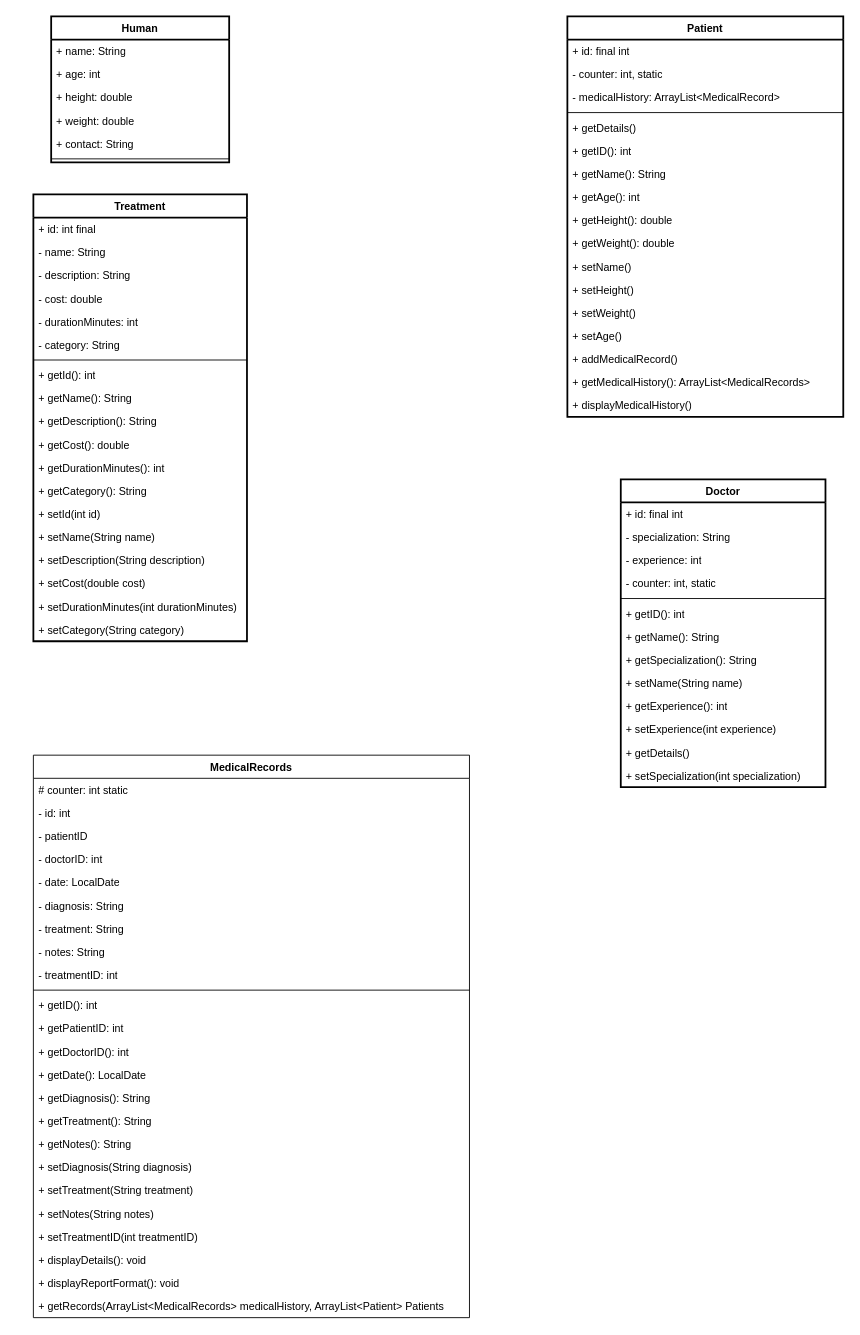
Earlier version of the draw.io diagram UMLDiagram.drawio (abobymotaki/uncharted). Source tidied: cells renumbered, new cells numbered last; positions are measured from the earlier drawing's top-left corner, leaving out a move shared by most shapes. Both pictures are drawn from the tidied source at 89%, with x=0, y=0 at pixel (33, 16).
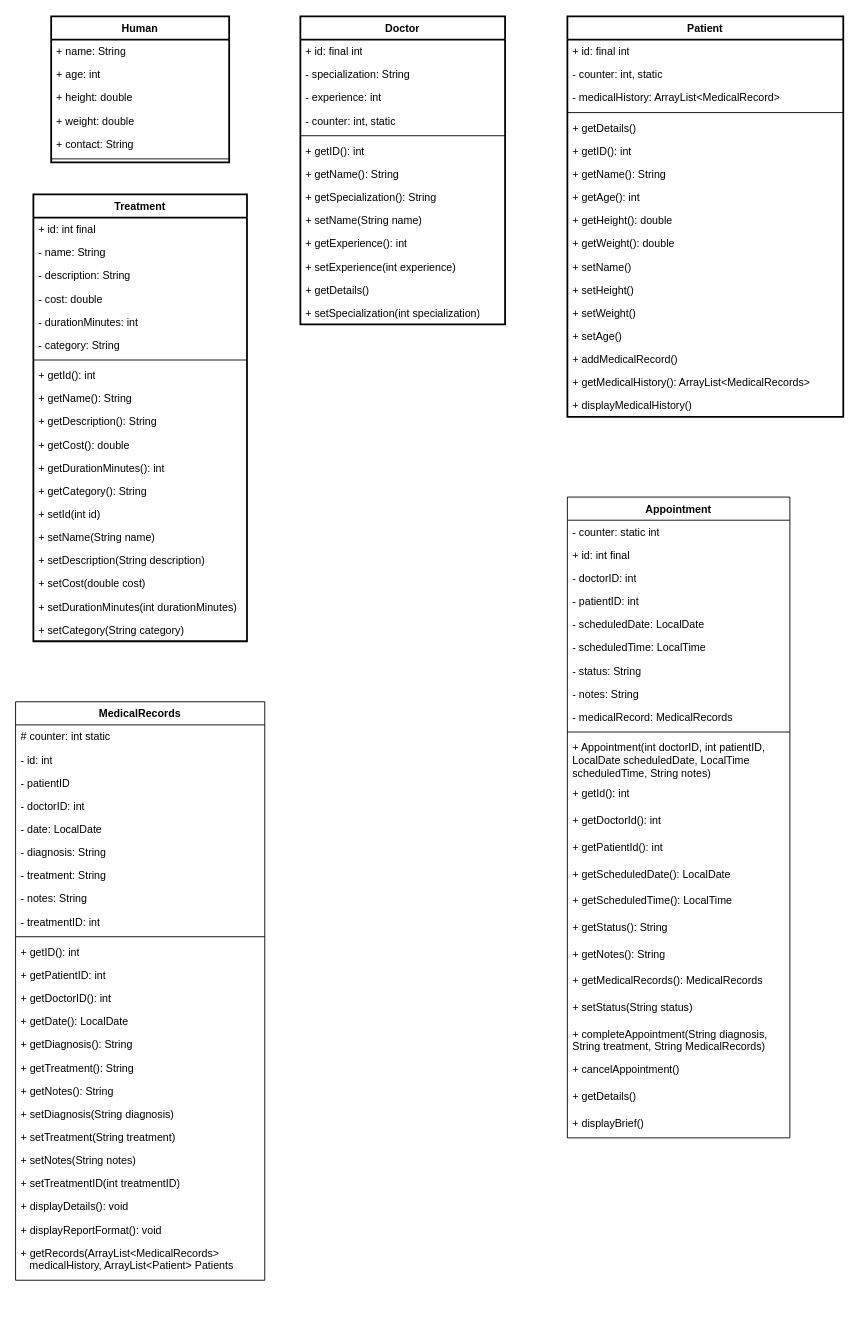
After the change.

The edit, as a diff of the source:
```diff
@@
     <mxCell id="47" value="Doctor" style="swimlane;fontStyle=1;align=center;verticalAlign=top;horizontal=1;startSize=26;whiteSpace=wrap;html=1;strokeWidth=2;" parent="1" vertex="1">
-      <mxGeometry x="660" y="520" width="230" height="346" as="geometry" />
+      <mxGeometry x="300" width="230" height="346" as="geometry" />
     </mxCell>
@@
     <mxCell id="61" value="MedicalRecords" style="swimlane;fontStyle=1;align=center;verticalAlign=top;horizontal=1;startSize=26;whiteSpace=wrap;html=1;" parent="1" vertex="1">
-      <mxGeometry y="830" width="490" height="632" as="geometry" />
+      <mxGeometry x="-20" y="770" width="280" height="650" as="geometry" />
     </mxCell>
     <mxCell id="62" value="# counter: int static" style="text;strokeColor=none;fillColor=none;align=left;verticalAlign=top;spacingLeft=4;spacingRight=4;overflow=hidden;whiteSpace=wrap;html=1;" parent="61" vertex="1">
-      <mxGeometry y="26" width="490" height="26" as="geometry" />
+      <mxGeometry y="26" width="280" height="26" as="geometry" />
     </mxCell>
     <mxCell id="63" value="- id: int" style="text;strokeColor=none;fillColor=none;align=left;verticalAlign=top;spacingLeft=4;spacingRight=4;overflow=hidden;whiteSpace=wrap;html=1;" parent="61" vertex="1">
-      <mxGeometry y="52" width="490" height="26" as="geometry" />
+      <mxGeometry y="52" width="280" height="26" as="geometry" />
     </mxCell>
     <mxCell id="64" value="- patientID" style="text;strokeColor=none;fillColor=none;align=left;verticalAlign=top;spacingLeft=4;spacingRight=4;overflow=hidden;whiteSpace=wrap;html=1;" parent="61" vertex="1">
-      <mxGeometry y="78" width="490" height="26" as="geometry" />
+      <mxGeometry y="78" width="280" height="26" as="geometry" />
     </mxCell>
     <mxCell id="65" value="- doctorID: int" style="text;strokeColor=none;fillColor=none;align=left;verticalAlign=top;spacingLeft=4;spacingRight=4;overflow=hidden;whiteSpace=wrap;html=1;" parent="61" vertex="1">
-      <mxGeometry y="104" width="490" height="26" as="geometry" />
+      <mxGeometry y="104" width="280" height="26" as="geometry" />
     </mxCell>
     <mxCell id="66" value="- date: LocalDate" style="text;strokeColor=none;fillColor=none;align=left;verticalAlign=top;spacingLeft=4;spacingRight=4;overflow=hidden;whiteSpace=wrap;html=1;" parent="61" vertex="1">
-      <mxGeometry y="130" width="490" height="26" as="geometry" />
+      <mxGeometry y="130" width="280" height="26" as="geometry" />
     </mxCell>
     <mxCell id="67" value="- diagnosis: String" style="text;strokeColor=none;fillColor=none;align=left;verticalAlign=top;spacingLeft=4;spacingRight=4;overflow=hidden;whiteSpace=wrap;html=1;" parent="61" vertex="1">
-      <mxGeometry y="156" width="490" height="26" as="geometry" />
+      <mxGeometry y="156" width="280" height="26" as="geometry" />
     </mxCell>
     <mxCell id="68" value="- treatment: String" style="text;strokeColor=none;fillColor=none;align=left;verticalAlign=top;spacingLeft=4;spacingRight=4;overflow=hidden;whiteSpace=wrap;html=1;" parent="61" vertex="1">
-      <mxGeometry y="182" width="490" height="26" as="geometry" />
+      <mxGeometry y="182" width="280" height="26" as="geometry" />
     </mxCell>
     <mxCell id="69" value="- notes: String" style="text;strokeColor=none;fillColor=none;align=left;verticalAlign=top;spacingLeft=4;spacingRight=4;overflow=hidden;whiteSpace=wrap;html=1;" parent="61" vertex="1">
-      <mxGeometry y="208" width="490" height="26" as="geometry" />
+      <mxGeometry y="208" width="280" height="26" as="geometry" />
     </mxCell>
     <mxCell id="70" value="- treatmentID: int" style="text;strokeColor=none;fillColor=none;align=left;verticalAlign=top;spacingLeft=4;spacingRight=4;overflow=hidden;whiteSpace=wrap;html=1;" parent="61" vertex="1">
-      <mxGeometry y="234" width="490" height="26" as="geometry" />
+      <mxGeometry y="234" width="280" height="26" as="geometry" />
     </mxCell>
     <mxCell id="71" style="line;strokeWidth=1;fillColor=none;align=left;verticalAlign=middle;spacingTop=-1;spacingLeft=3;spacingRight=3;labelPosition=right;strokeColor=inherit;" parent="61" vertex="1">
-      <mxGeometry y="260" width="490" height="8" as="geometry" />
+      <mxGeometry y="260" width="280" height="8" as="geometry" />
     </mxCell>
     <mxCell id="72" value="+ getID(): int" style="text;strokeColor=none;fillColor=none;align=left;verticalAlign=top;spacingLeft=4;spacingRight=4;overflow=hidden;whiteSpace=wrap;html=1;" parent="61" vertex="1">
-      <mxGeometry y="268" width="490" height="26" as="geometry" />
+      <mxGeometry y="268" width="280" height="26" as="geometry" />
     </mxCell>
     <mxCell id="73" value="+ getPatientID: int" style="text;strokeColor=none;fillColor=none;align=left;verticalAlign=top;spacingLeft=4;spacingRight=4;overflow=hidden;whiteSpace=wrap;html=1;" parent="61" vertex="1">
-      <mxGeometry y="294" width="490" height="26" as="geometry" />
+      <mxGeometry y="294" width="280" height="26" as="geometry" />
     </mxCell>
     <mxCell id="74" value="+ getDoctorID(): int" style="text;strokeColor=none;fillColor=none;align=left;verticalAlign=top;spacingLeft=4;spacingRight=4;overflow=hidden;whiteSpace=wrap;html=1;" parent="61" vertex="1">
-      <mxGeometry y="320" width="490" height="26" as="geometry" />
+      <mxGeometry y="320" width="280" height="26" as="geometry" />
     </mxCell>
     <mxCell id="75" value="+ getDate(): LocalDate" style="text;strokeColor=none;fillColor=none;align=left;verticalAlign=top;spacingLeft=4;spacingRight=4;overflow=hidden;whiteSpace=wrap;html=1;" parent="61" vertex="1">
-      <mxGeometry y="346" width="490" height="26" as="geometry" />
+      <mxGeometry y="346" width="280" height="26" as="geometry" />
     </mxCell>
     <mxCell id="76" value="+ getDiagnosis(): String" style="text;strokeColor=none;fillColor=none;align=left;verticalAlign=top;spacingLeft=4;spacingRight=4;overflow=hidden;whiteSpace=wrap;html=1;" parent="61" vertex="1">
-      <mxGeometry y="372" width="490" height="26" as="geometry" />
+      <mxGeometry y="372" width="280" height="26" as="geometry" />
     </mxCell>
     <mxCell id="77" value="+ getTreatment(): String" style="text;strokeColor=none;fillColor=none;align=left;verticalAlign=top;spacingLeft=4;spacingRight=4;overflow=hidden;whiteSpace=wrap;html=1;" parent="61" vertex="1">
-      <mxGeometry y="398" width="490" height="26" as="geometry" />
+      <mxGeometry y="398" width="280" height="26" as="geometry" />
     </mxCell>
     <mxCell id="78" value="+ getNotes(): String" style="text;strokeColor=none;fillColor=none;align=left;verticalAlign=top;spacingLeft=4;spacingRight=4;overflow=hidden;whiteSpace=wrap;html=1;" parent="61" vertex="1">
-      <mxGeometry y="424" width="490" height="26" as="geometry" />
+      <mxGeometry y="424" width="280" height="26" as="geometry" />
     </mxCell>
     <mxCell id="79" value="+ setDiagnosis(String diagnosis)" style="text;strokeColor=none;fillColor=none;align=left;verticalAlign=top;spacingLeft=4;spacingRight=4;overflow=hidden;whiteSpace=wrap;html=1;" parent="61" vertex="1">
-      <mxGeometry y="450" width="490" height="26" as="geometry" />
+      <mxGeometry y="450" width="280" height="26" as="geometry" />
     </mxCell>
     <mxCell id="80" value="+ setTreatment(String treatment)" style="text;strokeColor=none;fillColor=none;align=left;verticalAlign=top;spacingLeft=4;spacingRight=4;overflow=hidden;whiteSpace=wrap;html=1;" parent="61" vertex="1">
-      <mxGeometry y="476" width="490" height="26" as="geometry" />
+      <mxGeometry y="476" width="280" height="26" as="geometry" />
     </mxCell>
     <mxCell id="81" value="+ setNotes(String notes)" style="text;strokeColor=none;fillColor=none;align=left;verticalAlign=top;spacingLeft=4;spacingRight=4;overflow=hidden;whiteSpace=wrap;html=1;" parent="61" vertex="1">
-      <mxGeometry y="502" width="490" height="26" as="geometry" />
+      <mxGeometry y="502" width="280" height="26" as="geometry" />
     </mxCell>
     <mxCell id="82" value="+ setTreatmentID(int treatmentID)" style="text;strokeColor=none;fillColor=none;align=left;verticalAlign=top;spacingLeft=4;spacingRight=4;overflow=hidden;whiteSpace=wrap;html=1;" parent="61" vertex="1">
-      <mxGeometry y="528" width="490" height="26" as="geometry" />
+      <mxGeometry y="528" width="280" height="26" as="geometry" />
     </mxCell>
     <mxCell id="83" value="+ displayDetails(): void" style="text;strokeColor=none;fillColor=none;align=left;verticalAlign=top;spacingLeft=4;spacingRight=4;overflow=hidden;whiteSpace=wrap;html=1;" parent="61" vertex="1">
-      <mxGeometry y="554" width="490" height="26" as="geometry" />
+      <mxGeometry y="554" width="280" height="26" as="geometry" />
     </mxCell>
     <mxCell id="84" value="+ displayReportFormat(): void" style="text;strokeColor=none;fillColor=none;align=left;verticalAlign=top;spacingLeft=4;spacingRight=4;overflow=hidden;whiteSpace=wrap;html=1;" parent="61" vertex="1">
-      <mxGeometry y="580" width="490" height="26" as="geometry" />
+      <mxGeometry y="580" width="280" height="26" as="geometry" />
     </mxCell>
-    <mxCell id="85" value="+ getRecords(ArrayList&amp;lt;MedicalRecords&amp;gt; medicalHistory, ArrayList&amp;lt;Patient&amp;gt; Patients" style="text;strokeColor=none;fillColor=none;align=left;verticalAlign=top;spacingLeft=4;spacingRight=4;overflow=hidden;whiteSpace=wrap;html=1;" parent="61" vertex="1">
-      <mxGeometry y="606" width="490" height="26" as="geometry" />
+    <mxCell id="85" value="+ getRecords(ArrayList&amp;lt;MedicalRecords&amp;gt;&amp;nbsp;&lt;div&gt;&amp;nbsp; &amp;nbsp;medicalHistory, ArrayList&amp;lt;Patient&amp;gt; Patients&lt;/div&gt;" style="text;strokeColor=none;fillColor=none;align=left;verticalAlign=top;spacingLeft=4;spacingRight=4;overflow=hidden;whiteSpace=wrap;html=1;" parent="61" vertex="1">
+      <mxGeometry y="606" width="280" height="44" as="geometry" />
     </mxCell>
+    <mxCell id="86" value="Appointment" style="swimlane;fontStyle=1;align=center;verticalAlign=top;horizontal=1;startSize=26;whiteSpace=wrap;html=1;" parent="1" vertex="1">
+      <mxGeometry x="600" y="540" width="250" height="720" as="geometry" />
+    </mxCell>
+    <mxCell id="87" value="- counter: static int" style="text;strokeColor=none;fillColor=none;align=left;verticalAlign=top;spacingLeft=4;spacingRight=4;overflow=hidden;whiteSpace=wrap;html=1;" parent="86" vertex="1">
+      <mxGeometry y="26" width="250" height="26" as="geometry" />
+    </mxCell>
+    <mxCell id="88" value="+&lt;span style=&quot;background-color: transparent; color: light-dark(rgb(0, 0, 0), rgb(255, 255, 255));&quot;&gt;&amp;nbsp;id: int final&lt;/span&gt;" style="text;strokeColor=none;fillColor=none;align=left;verticalAlign=top;spacingLeft=4;spacingRight=4;overflow=hidden;whiteSpace=wrap;html=1;" parent="86" vertex="1">
+      <mxGeometry y="52" width="250" height="26" as="geometry" />
+    </mxCell>
+    <mxCell id="89" value="- doctorID: int" style="text;strokeColor=none;fillColor=none;align=left;verticalAlign=top;spacingLeft=4;spacingRight=4;overflow=hidden;whiteSpace=wrap;html=1;" parent="86" vertex="1">
+      <mxGeometry y="78" width="250" height="26" as="geometry" />
+    </mxCell>
+    <mxCell id="90" value="- patientID: int" style="text;strokeColor=none;fillColor=none;align=left;verticalAlign=top;spacingLeft=4;spacingRight=4;overflow=hidden;whiteSpace=wrap;html=1;" parent="86" vertex="1">
+      <mxGeometry y="104" width="250" height="26" as="geometry" />
+    </mxCell>
+    <mxCell id="91" value="- scheduledDate: LocalDate" style="text;strokeColor=none;fillColor=none;align=left;verticalAlign=top;spacingLeft=4;spacingRight=4;overflow=hidden;whiteSpace=wrap;html=1;" parent="86" vertex="1">
+      <mxGeometry y="130" width="250" height="26" as="geometry" />
+    </mxCell>
+    <mxCell id="92" value="- scheduledTime: LocalTime" style="text;strokeColor=none;fillColor=none;align=left;verticalAlign=top;spacingLeft=4;spacingRight=4;overflow=hidden;whiteSpace=wrap;html=1;" parent="86" vertex="1">
+      <mxGeometry y="156" width="250" height="26" as="geometry" />
+    </mxCell>
+    <mxCell id="93" value="- status: String" style="text;strokeColor=none;fillColor=none;align=left;verticalAlign=top;spacingLeft=4;spacingRight=4;overflow=hidden;whiteSpace=wrap;html=1;" parent="86" vertex="1">
+      <mxGeometry y="182" width="250" height="26" as="geometry" />
+    </mxCell>
+    <mxCell id="94" value="- notes: String" style="text;strokeColor=none;fillColor=none;align=left;verticalAlign=top;spacingLeft=4;spacingRight=4;overflow=hidden;whiteSpace=wrap;html=1;" parent="86" vertex="1">
+      <mxGeometry y="208" width="250" height="26" as="geometry" />
+    </mxCell>
+    <mxCell id="95" value="- medicalRecord: MedicalRecords" style="text;strokeColor=none;fillColor=none;align=left;verticalAlign=top;spacingLeft=4;spacingRight=4;overflow=hidden;whiteSpace=wrap;html=1;" parent="86" vertex="1">
+      <mxGeometry y="234" width="250" height="26" as="geometry" />
+    </mxCell>
+    <mxCell id="96" style="line;strokeWidth=1;fillColor=none;align=left;verticalAlign=middle;spacingTop=-1;spacingLeft=3;spacingRight=3;labelPosition=right;strokeColor=inherit;" parent="86" vertex="1">
+      <mxGeometry y="260" width="250" height="8" as="geometry" />
+    </mxCell>
+    <mxCell id="97" value="+ Appointment(int doctorID, int patientID, LocalDate scheduledDate, LocalTime scheduledTime, String notes)" style="text;strokeColor=none;fillColor=none;align=left;verticalAlign=top;spacingLeft=4;spacingRight=4;overflow=hidden;whiteSpace=wrap;html=1;" parent="86" vertex="1">
+      <mxGeometry y="268" width="250" height="52" as="geometry" />
+    </mxCell>
+    <mxCell id="98" value="+ getId(): int" style="text;strokeColor=none;fillColor=none;align=left;verticalAlign=top;spacingLeft=4;spacingRight=4;overflow=hidden;whiteSpace=wrap;html=1;" parent="86" vertex="1">
+      <mxGeometry y="320" width="250" height="30" as="geometry" />
+    </mxCell>
+    <mxCell id="99" value="+ getDoctorId(): int" style="text;strokeColor=none;fillColor=none;align=left;verticalAlign=top;spacingLeft=4;spacingRight=4;overflow=hidden;whiteSpace=wrap;html=1;" parent="86" vertex="1">
+      <mxGeometry y="350" width="250" height="30" as="geometry" />
+    </mxCell>
+    <mxCell id="100" value="+ getPatientId(): int" style="text;strokeColor=none;fillColor=none;align=left;verticalAlign=top;spacingLeft=4;spacingRight=4;overflow=hidden;whiteSpace=wrap;html=1;" parent="86" vertex="1">
+      <mxGeometry y="380" width="250" height="30" as="geometry" />
+    </mxCell>
+    <mxCell id="101" value="+ getScheduledDate(): LocalDate" style="text;strokeColor=none;fillColor=none;align=left;verticalAlign=top;spacingLeft=4;spacingRight=4;overflow=hidden;whiteSpace=wrap;html=1;" parent="86" vertex="1">
+      <mxGeometry y="410" width="250" height="30" as="geometry" />
+    </mxCell>
+    <mxCell id="102" value="+ getScheduledTime(): LocalTime" style="text;strokeColor=none;fillColor=none;align=left;verticalAlign=top;spacingLeft=4;spacingRight=4;overflow=hidden;whiteSpace=wrap;html=1;" parent="86" vertex="1">
+      <mxGeometry y="440" width="250" height="30" as="geometry" />
+    </mxCell>
+    <mxCell id="103" value="+ getStatus(): String" style="text;strokeColor=none;fillColor=none;align=left;verticalAlign=top;spacingLeft=4;spacingRight=4;overflow=hidden;whiteSpace=wrap;html=1;" parent="86" vertex="1">
+      <mxGeometry y="470" width="250" height="30" as="geometry" />
+    </mxCell>
+    <mxCell id="104" value="+ getNotes(): String" style="text;strokeColor=none;fillColor=none;align=left;verticalAlign=top;spacingLeft=4;spacingRight=4;overflow=hidden;whiteSpace=wrap;html=1;" parent="86" vertex="1">
+      <mxGeometry y="500" width="250" height="30" as="geometry" />
+    </mxCell>
+    <mxCell id="105" value="+ getMedicalRecords(): MedicalRecords" style="text;strokeColor=none;fillColor=none;align=left;verticalAlign=top;spacingLeft=4;spacingRight=4;overflow=hidden;whiteSpace=wrap;html=1;" parent="86" vertex="1">
+      <mxGeometry y="530" width="250" height="30" as="geometry" />
+    </mxCell>
+    <mxCell id="106" value="+ setStatus(String status)" style="text;strokeColor=none;fillColor=none;align=left;verticalAlign=top;spacingLeft=4;spacingRight=4;overflow=hidden;whiteSpace=wrap;html=1;" parent="86" vertex="1">
+      <mxGeometry y="560" width="250" height="30" as="geometry" />
+    </mxCell>
+    <mxCell id="107" value="+ completeAppointment(String diagnosis, String treatment, String MedicalRecords)" style="text;strokeColor=none;fillColor=none;align=left;verticalAlign=top;spacingLeft=4;spacingRight=4;overflow=hidden;whiteSpace=wrap;html=1;" parent="86" vertex="1">
+      <mxGeometry y="590" width="250" height="40" as="geometry" />
+    </mxCell>
+    <mxCell id="108" value="+ cancelAppointment()" style="text;strokeColor=none;fillColor=none;align=left;verticalAlign=top;spacingLeft=4;spacingRight=4;overflow=hidden;whiteSpace=wrap;html=1;" parent="86" vertex="1">
+      <mxGeometry y="630" width="250" height="30" as="geometry" />
+    </mxCell>
+    <mxCell id="109" value="+ getDetails()" style="text;strokeColor=none;fillColor=none;align=left;verticalAlign=top;spacingLeft=4;spacingRight=4;overflow=hidden;whiteSpace=wrap;html=1;" parent="86" vertex="1">
+      <mxGeometry y="660" width="250" height="30" as="geometry" />
+    </mxCell>
+    <mxCell id="110" value="+ displayBrief()" style="text;strokeColor=none;fillColor=none;align=left;verticalAlign=top;spacingLeft=4;spacingRight=4;overflow=hidden;whiteSpace=wrap;html=1;" parent="86" vertex="1">
+      <mxGeometry y="690" width="250" height="30" as="geometry" />
+    </mxCell>
```
